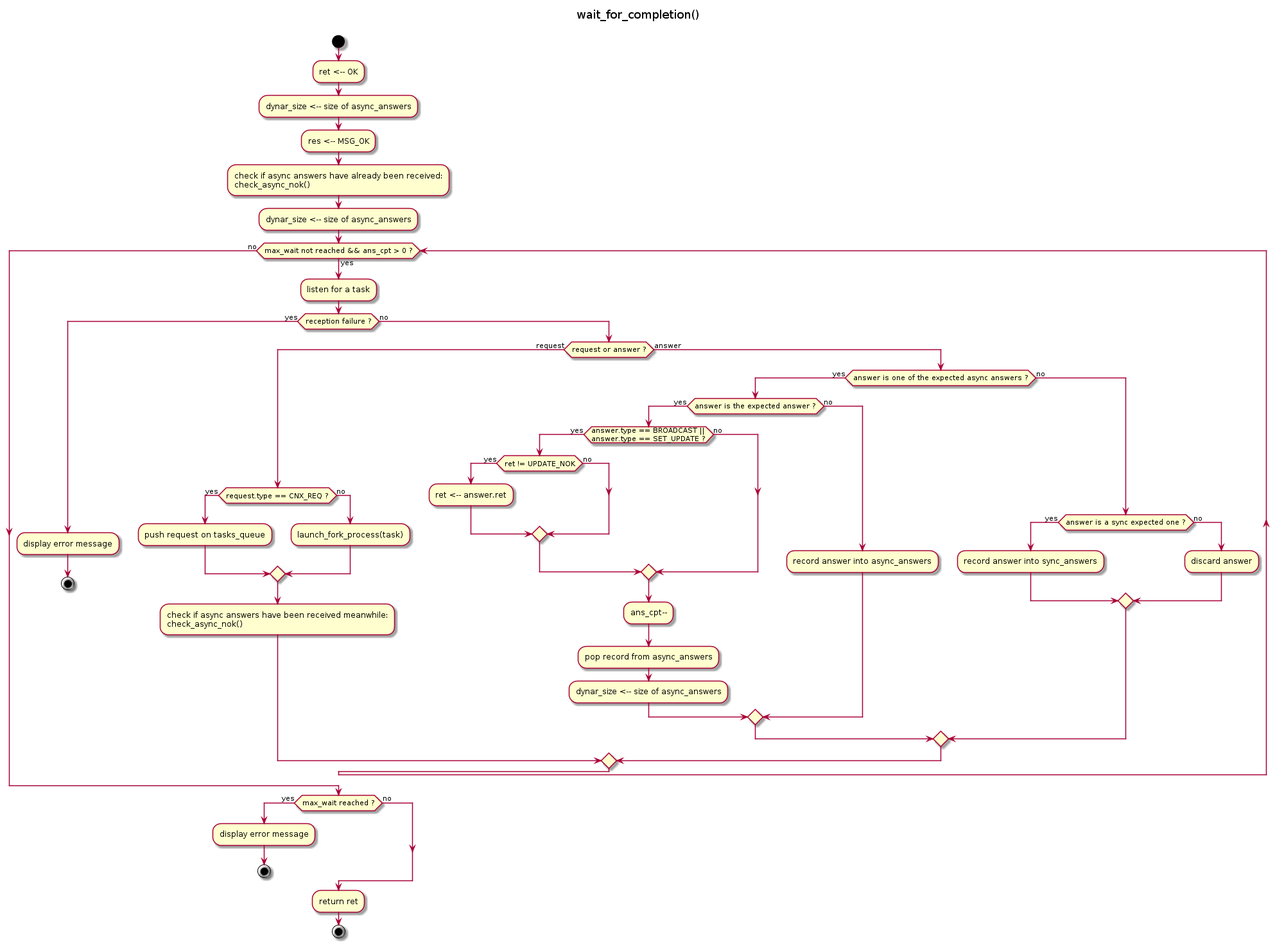
Before: doc/UML/Algo_wait_for_completion.png, a diagram exported from PlantUML (tof25/DST). The source it was exported from:
```plantuml
@startuml

title
wait_for_completion()

endtitle

start

:ret <-- OK;
:dynar_size <-- size of async_answers;
:res <-- MSG_OK;
:check if async answers have already been received:\ncheck_async_nok();
:dynar_size <-- size of async_answers;

while (max_wait not reached && ans_cpt > 0 ?) is (yes)

    :listen for a task;
    if (reception failure ?) then (yes)
        :display error message;
        stop
    else (no)
        if (request or answer ?) then (request)
            if (request.type == CNX_REQ ?) then (yes)
                :push request on tasks_queue;
            else (no)
                :launch_fork_process(task);
            endif
            :check if async answers have been received meanwhile:\ncheck_async_nok();
        else (answer)
            if (answer is one of the expected async answers ?) then (yes)
                if (answer is the expected answer ?) then (yes)
                    if (answer.type == BROADCAST ||
                        answer.type == SET_UPDATE ?) then (yes)
                        if (ret != UPDATE_NOK) then (yes)
                            :ret <-- answer.ret;
                        else (no)
                        endif
                    else (no)
                    endif
                    :ans_cpt--;
                    :pop record from async_answers;
                    :dynar_size <-- size of async_answers;
                else (no)
                    :record answer into async_answers;
                endif
            else (no)
                if (answer is a sync expected one ?) then (yes)
                    :record answer into sync_answers;
                else (no)
                    :discard answer;
                endif
            endif
        endif
    endif
endwhile (no)

if (max_wait reached ?) then (yes)
    :display error message;
    stop
else (no)
endif
:return ret;

stop

@enduml
```
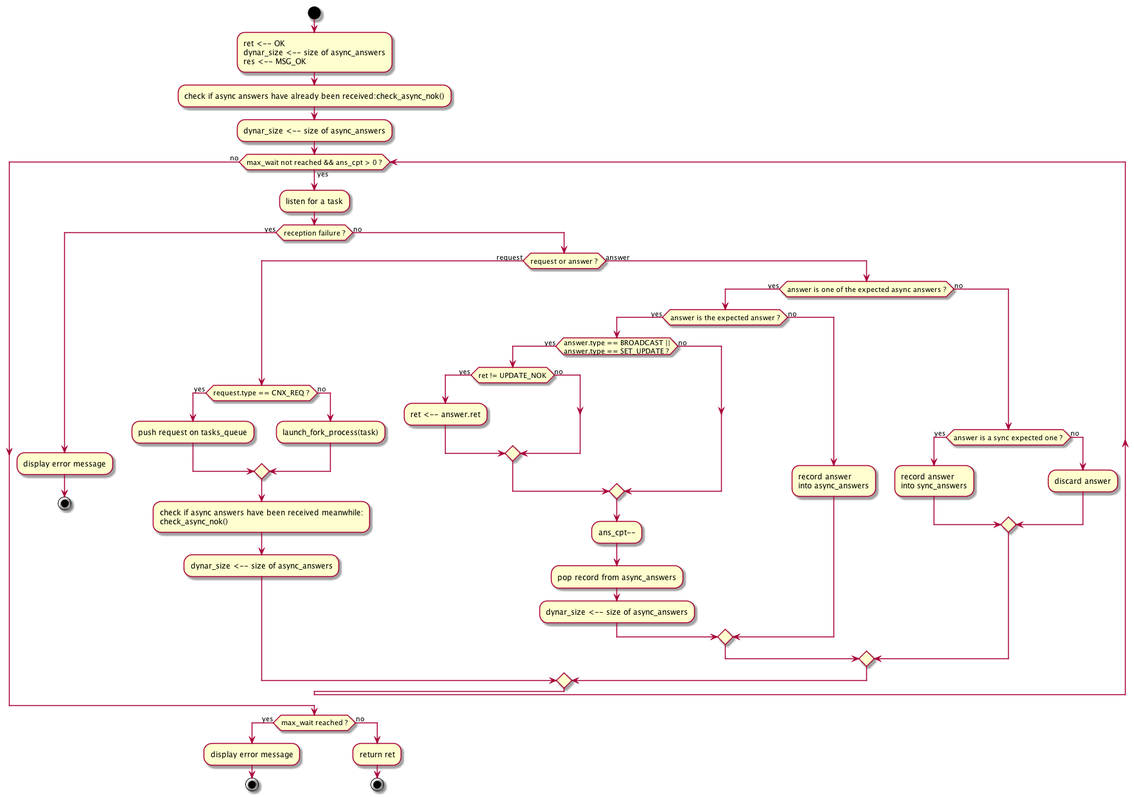
Above is the later version.

The edit, as a diff of the source:
```diff
@@ -1,16 +1,11 @@
 @startuml
-
-title
-wait_for_completion()
-
-endtitle
 
 start
 
-:ret <-- OK;
-:dynar_size <-- size of async_answers;
-:res <-- MSG_OK;
-:check if async answers have already been received:\ncheck_async_nok();
+:ret <-- OK
+dynar_size <-- size of async_answers
+res <-- MSG_OK;
+:check if async answers have already been received:check_async_nok();
 :dynar_size <-- size of async_answers;
 
 while (max_wait not reached && ans_cpt > 0 ?) is (yes)
@@ -27,6 +22,7 @@
                 :launch_fork_process(task);
             endif
             :check if async answers have been received meanwhile:\ncheck_async_nok();
+            :dynar_size <-- size of async_answers;
         else (answer)
             if (answer is one of the expected async answers ?) then (yes)
                 if (answer is the expected answer ?) then (yes)
@@ -42,11 +38,13 @@
                     :pop record from async_answers;
                     :dynar_size <-- size of async_answers;
                 else (no)
-                    :record answer into async_answers;
+                    :record answer
+                    into async_answers;
                 endif
             else (no)
                 if (answer is a sync expected one ?) then (yes)
-                    :record answer into sync_answers;
+                    :record answer
+                    into sync_answers;
                 else (no)
                     :discard answer;
                 endif
@@ -59,9 +57,8 @@
     :display error message;
     stop
 else (no)
+:return ret;
+stop
 endif
-:return ret;
-
-stop
 
 @enduml
```
